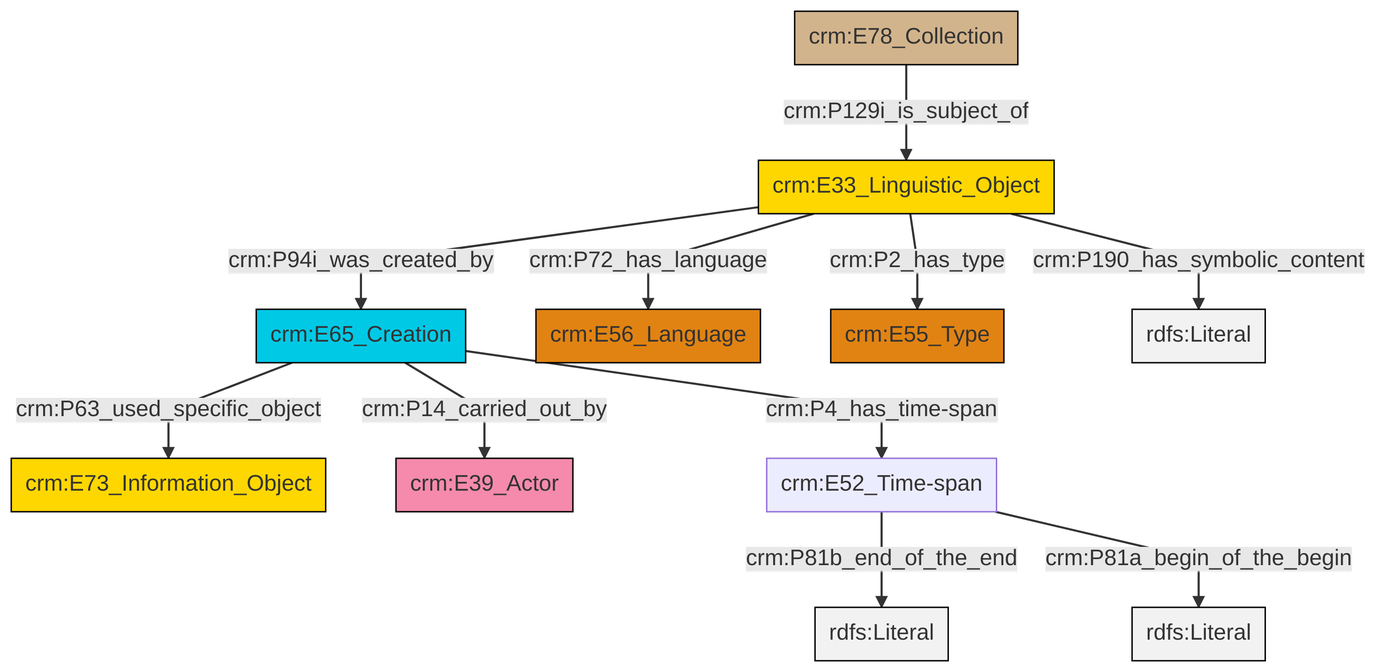
swiss-art-research-net/docs.swissartresearch keeps this Mermaid diagram as et/archivalCSV/ttl/mmd/png/archival_desc.png. Above is the earlier version. Its source is kept beside it as et/archivalCSV/ttl/mmd/archival_desc.ttl.mmd.
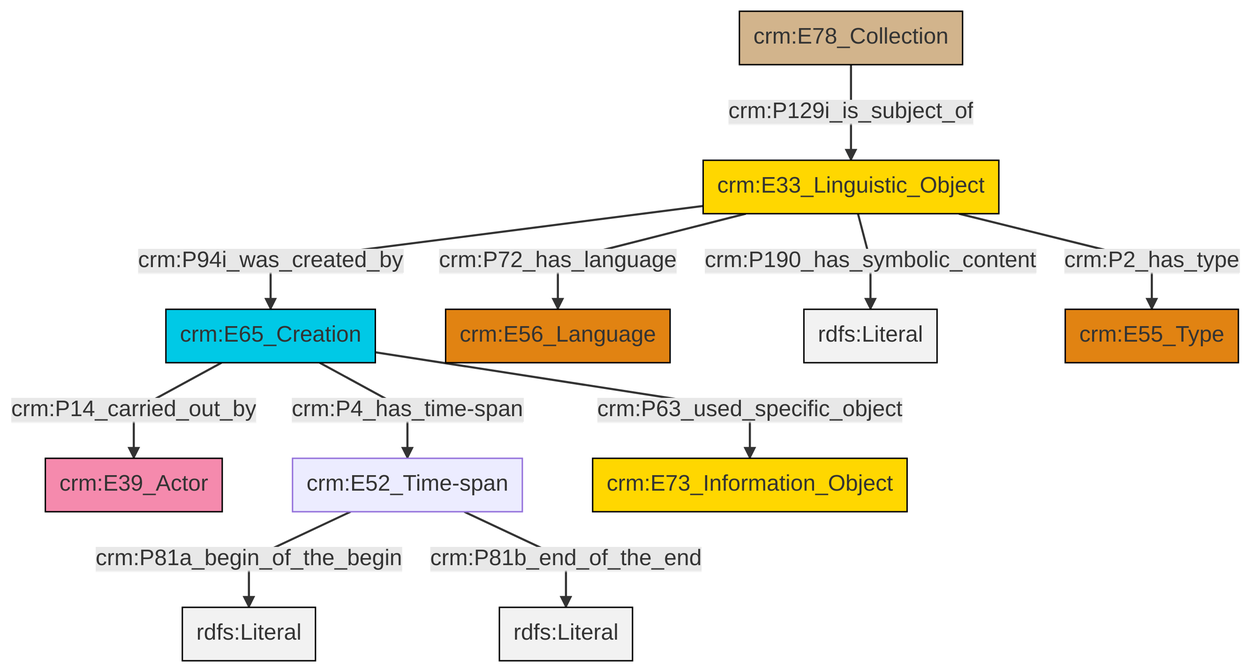
The same file after the commit.

Change to the diagram source:
```diff
@@ -13,13 +13,13 @@
 classDef PC_Classes fill:#4ce600, stroke:#000000;
 classDef Multi fill:#cccccc,stroke:#000000;
 
-0["crm:E65_Creation"]:::Temporal_Entity -->|crm:P63_used_specific_object| 1["crm:E73_Information_Object"]:::Conceptual_Object
-0["crm:E65_Creation"]:::Temporal_Entity -->|crm:P14_carried_out_by| 4["crm:E39_Actor"]:::Actor
-0["crm:E65_Creation"]:::Temporal_Entity -->|crm:P4_has_time-span| 6["crm:E52_Time-span"]:::Default
-7["crm:E33_Linguistic_Object"]:::Conceptual_Object -->|crm:P72_has_language| 2["crm:E56_Language"]:::Type
-7["crm:E33_Linguistic_Object"]:::Conceptual_Object -->|crm:P2_has_type| 8["crm:E55_Type"]:::Type
-7["crm:E33_Linguistic_Object"]:::Conceptual_Object -->|crm:P94i_was_created_by| 0["crm:E65_Creation"]:::Temporal_Entity
-11["crm:E78_Collection"]:::Physical_Thing -->|crm:P129i_is_subject_of| 7["crm:E33_Linguistic_Object"]:::Conceptual_Object
-6["crm:E52_Time-span"]:::Default -->|crm:P81b_end_of_the_end| 12[rdfs:Literal]:::Literal
-7["crm:E33_Linguistic_Object"]:::Conceptual_Object -->|crm:P190_has_symbolic_content| 14[rdfs:Literal]:::Literal
-6["crm:E52_Time-span"]:::Default -->|crm:P81a_begin_of_the_begin| 17[rdfs:Literal]:::Literal
+6["crm:E65_Creation"]:::Temporal_Entity -->|crm:P14_carried_out_by| 0["crm:E39_Actor"]:::Actor
+6["crm:E65_Creation"]:::Temporal_Entity -->|crm:P4_has_time-span| 4["crm:E52_Time-span"]:::Default
+12["crm:E33_Linguistic_Object"]:::Conceptual_Object -->|crm:P190_has_symbolic_content| 13[rdfs:Literal]:::Literal
+12["crm:E33_Linguistic_Object"]:::Conceptual_Object -->|crm:P2_has_type| 15["crm:E55_Type"]:::Type
+4["crm:E52_Time-span"]:::Default -->|crm:P81a_begin_of_the_begin| 16[rdfs:Literal]:::Literal
+6["crm:E65_Creation"]:::Temporal_Entity -->|crm:P63_used_specific_object| 10["crm:E73_Information_Object"]:::Conceptual_Object
+4["crm:E52_Time-span"]:::Default -->|crm:P81b_end_of_the_end| 17[rdfs:Literal]:::Literal
+12["crm:E33_Linguistic_Object"]:::Conceptual_Object -->|crm:P72_has_language| 8["crm:E56_Language"]:::Type
+12["crm:E33_Linguistic_Object"]:::Conceptual_Object -->|crm:P94i_was_created_by| 6["crm:E65_Creation"]:::Temporal_Entity
+2["crm:E78_Collection"]:::Physical_Thing -->|crm:P129i_is_subject_of| 12["crm:E33_Linguistic_Object"]:::Conceptual_Object
```
